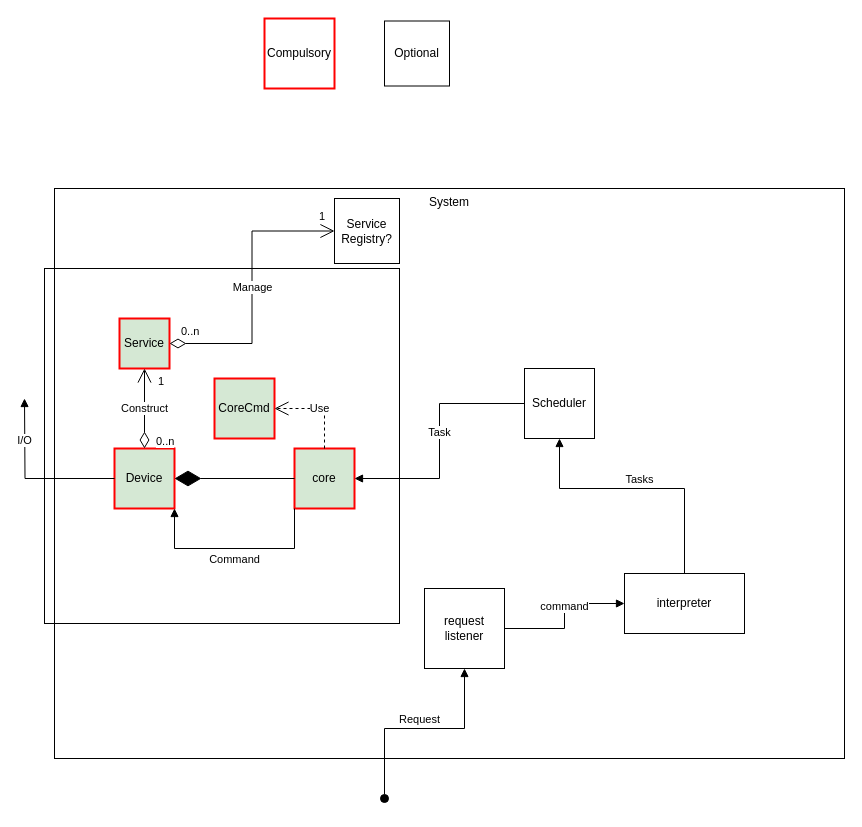
Earlier version of the draw.io diagram conceptual-diagram.drawio (hkjj293/lw-gp-iot). Source tidied: cells renumbered, new cells numbered last; positions are measured from the earlier drawing's top-left corner, leaving out a move shared by most shapes. Both pictures are drawn from the tidied source at 100%, with x=0, y=0 at pixel (24, 18).
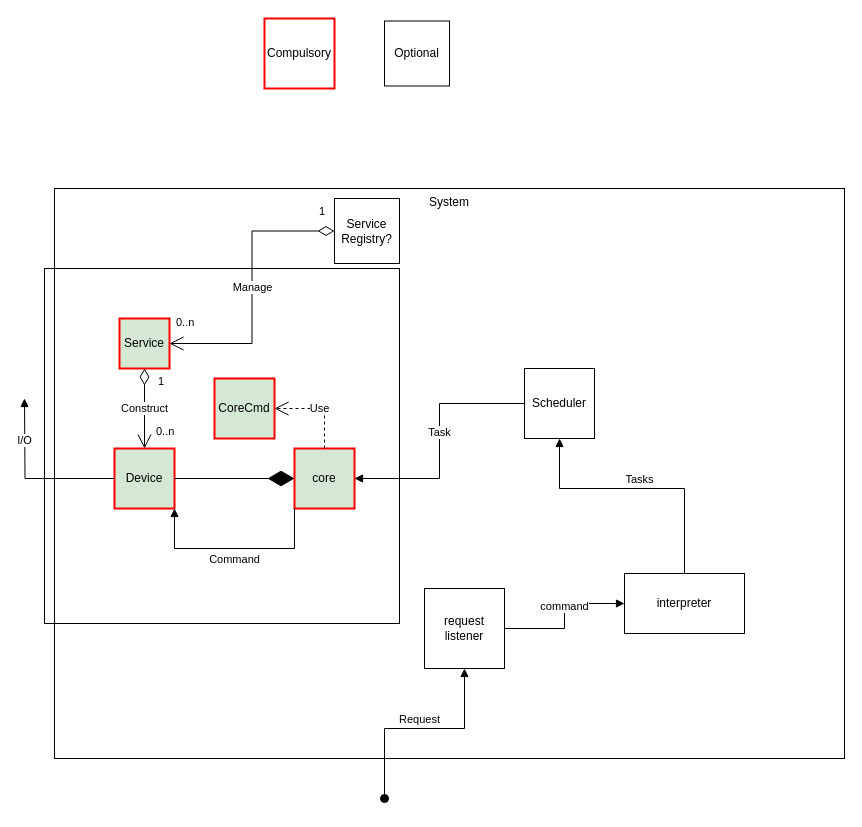
Above is the later version.

Unchanged cells that the change refers to:
```xml
<mxCell id="2" style="group;verticalAlign=top;fillColor=none;" parent="1" vertex="1">
  <mxGeometry x="30" y="170" width="790" height="570" as="geometry" />
</mxCell>
<mxCell id="5" value="Device" style="whiteSpace=wrap;html=1;fillColor=#d5e8d4;strokeColor=#FF0000;strokeWidth=2;" parent="2" vertex="1">
  <mxGeometry x="60" y="260" width="60" height="60" as="geometry" />
</mxCell>
<mxCell id="6" value="Service" style="whiteSpace=wrap;html=1;fillColor=#d5e8d4;strokeColor=#FF0000;strokeWidth=2;" parent="2" vertex="1">
  <mxGeometry x="65" y="130" width="50" height="50" as="geometry" />
</mxCell>
<mxCell id="7" value="core" style="whiteSpace=wrap;html=1;fillColor=#d5e8d4;strokeColor=#FF0000;strokeWidth=2;" parent="2" vertex="1">
  <mxGeometry x="240" y="260" width="60" height="60" as="geometry" />
</mxCell>
<mxCell id="19" value="Service Registry?" style="whiteSpace=wrap;html=1;" parent="2" vertex="1">
  <mxGeometry x="280" y="10" width="65" height="65" as="geometry" />
</mxCell>
```

Change to the diagram source:
```diff
@@
-    <mxCell id="8" style="endArrow=diamondThin;endFill=1;endSize=24;html=1;rounded=0;exitX=0;exitY=0.5;exitDx=0;exitDy=0;entryX=1;entryY=0.5;entryDx=0;entryDy=0;" parent="2" edge="1" source="7" target="5">
+    <mxCell id="8" style="endArrow=diamondThin;endFill=1;endSize=24;html=1;rounded=0;exitX=1;exitY=0.5;exitDx=0;exitDy=0;entryX=0;entryY=0.5;entryDx=0;entryDy=0;" parent="2" edge="1" source="5" target="7">
       <mxGeometry relative="1" as="geometry" />
     </mxCell>
-    <mxCell id="9" value="Construct" style="endArrow=open;html=1;endSize=12;startArrow=diamondThin;startSize=14;startFill=0;edgeStyle=orthogonalEdgeStyle;rounded=0;exitX=0.5;exitY=0;exitDx=0;exitDy=0;entryX=0.5;entryY=1;entryDx=0;entryDy=0;" parent="2" edge="1" source="5" target="6">
+    <mxCell id="9" value="Construct" style="endArrow=open;html=1;endSize=12;startArrow=diamondThin;startSize=14;startFill=0;edgeStyle=orthogonalEdgeStyle;rounded=0;entryX=0.5;entryY=0;entryDx=0;entryDy=0;exitX=0.5;exitY=1;exitDx=0;exitDy=0;" parent="2" edge="1" source="6" target="5">
       <mxGeometry relative="1" as="geometry" />
     </mxCell>
     <mxCell id="10" value="0..n" style="edgeLabel;html=1;align=left;verticalAlign=top;" parent="9" vertex="1">
       <mxGeometry x="-1" relative="1" as="geometry">
-        <mxPoint x="10" y="-20" as="offset" />
+        <mxPoint x="10" y="50" as="offset" />
       </mxGeometry>
     </mxCell>
     <mxCell id="11" value="1" style="edgeLabel;html=1;align=right;verticalAlign=top;" parent="9" vertex="1">
       <mxGeometry x="1" relative="1" as="geometry">
-        <mxPoint x="20" as="offset" />
+        <mxPoint x="20" y="-80" as="offset" />
       </mxGeometry>
     </mxCell>
@@
-    <mxCell id="20" value="Manage" style="endArrow=open;html=1;endSize=12;startArrow=diamondThin;startSize=14;startFill=0;edgeStyle=orthogonalEdgeStyle;rounded=0;exitX=1;exitY=0.5;exitDx=0;exitDy=0;entryX=0;entryY=0.5;entryDx=0;entryDy=0;" parent="2" edge="1" source="6" target="19">
+    <mxCell id="20" value="Manage" style="endArrow=open;html=1;endSize=12;startArrow=diamondThin;startSize=14;startFill=0;edgeStyle=orthogonalEdgeStyle;rounded=0;entryX=1;entryY=0.5;entryDx=0;entryDy=0;exitX=0;exitY=0.5;exitDx=0;exitDy=0;" parent="2" edge="1" source="19" target="6">
       <mxGeometry relative="1" as="geometry" />
     </mxCell>
     <mxCell id="21" value="0..n" style="edgeLabel;html=1;align=left;verticalAlign=top;" parent="20" vertex="1">
       <mxGeometry x="-1" relative="1" as="geometry">
-        <mxPoint x="10" y="-25" as="offset" />
+        <mxPoint x="-160" y="78" as="offset" />
       </mxGeometry>
     </mxCell>
     <mxCell id="22" value="1" style="edgeLabel;html=1;align=right;verticalAlign=top;" parent="20" vertex="1">
       <mxGeometry x="1" relative="1" as="geometry">
-        <mxPoint x="-10" y="-28" as="offset" />
+        <mxPoint x="156" y="-145" as="offset" />
       </mxGeometry>
     </mxCell>
```
